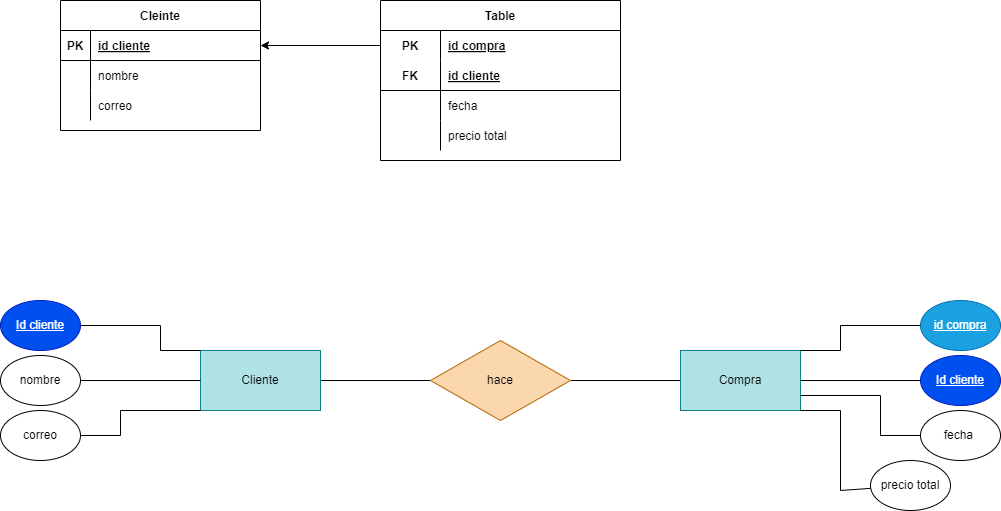
This is Tareas/Unidad2/ejercicio2.8.drawio.png from WhiteCascade/BAE, a draw.io export, as it was before one commit. Source tidied: cells renumbered, new cells last; positions are measured from the earlier drawing's top-left corner, leaving out a move shared by most shapes.
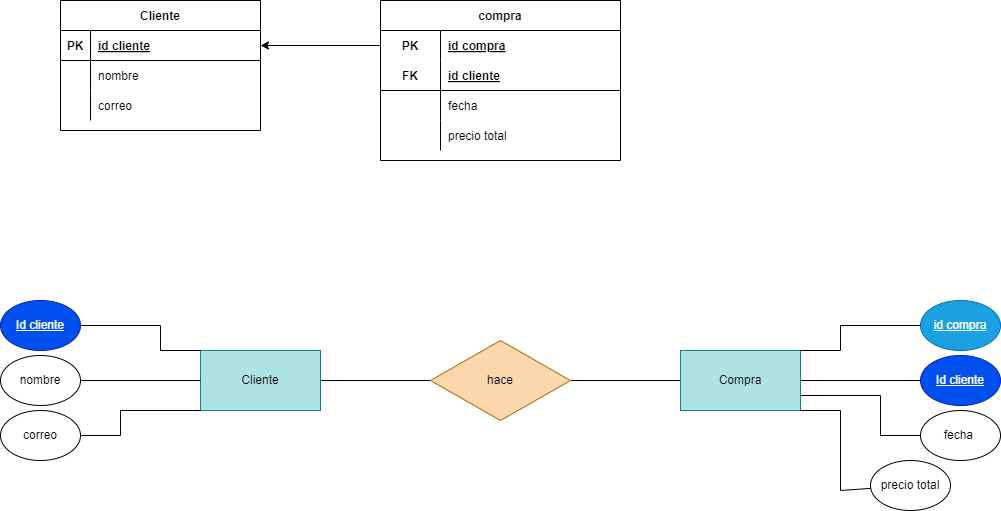
After the change.

Diff of the diagram source:
```diff
@@ -2,7 +2,7 @@
   <root>
     <mxCell id="0" />
     <mxCell id="1" parent="0" />
-    <mxCell id="2" value="Cleinte" style="shape=table;startSize=30;rowLines=0;fontStyle=1;align=center;" parent="1" vertex="1">
+    <mxCell id="2" value="Cliente" style="shape=table;startSize=30;rowLines=0;fontStyle=1;align=center;" parent="1" vertex="1">
       <mxGeometry x="60" width="200" height="130" as="geometry" />
     </mxCell>
     <mxCell id="3" style="shape=tableRow;horizontal=0;startSize=0;swimlaneHead=0;swimlaneBody=0;fillColor=none;points=[[0,0.5],[1,0.5]];portConstraint=eastwest;top=0;left=0;right=0;bottom=1;" parent="2" vertex="1">
@@ -32,7 +32,7 @@
     <mxCell id="11" value="correo" style="shape=partialRectangle;fillColor=none;top=0;left=0;bottom=0;right=0;align=left;spacingLeft=6;overflow=hidden;" parent="9" vertex="1">
       <mxGeometry x="30" width="170" height="30" as="geometry" />
     </mxCell>
-    <mxCell id="12" value="Table" style="shape=table;startSize=30;rowLines=0;fontStyle=1;align=center;" parent="1" vertex="1">
+    <mxCell id="12" value="compra" style="shape=table;startSize=30;rowLines=0;fontStyle=1;align=center;" parent="1" vertex="1">
       <mxGeometry x="380" width="240" height="160" as="geometry" />
     </mxCell>
     <mxCell id="13" style="shape=tableRow;horizontal=0;startSize=0;swimlaneHead=0;swimlaneBody=0;fillColor=none;points=[[0,0.5],[1,0.5]];portConstraint=eastwest;top=0;left=0;right=0;bottom=0;" parent="12" vertex="1">
```
